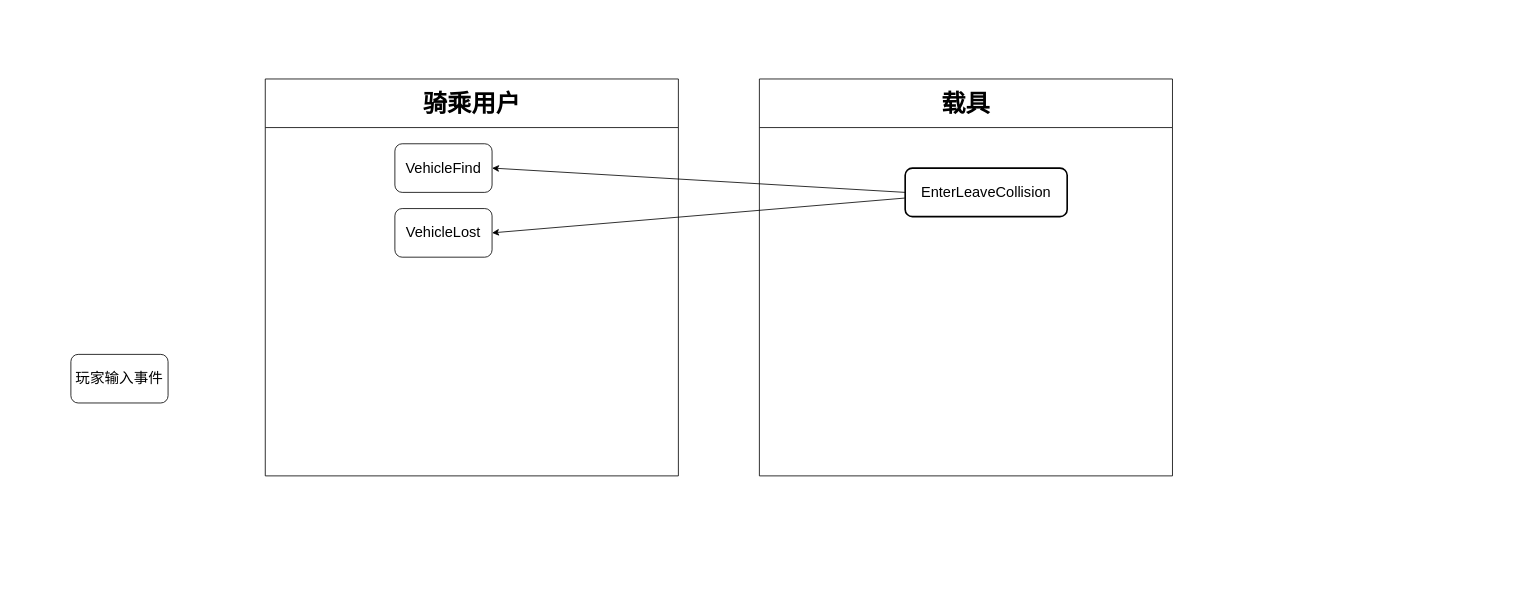
Allusteve/DrawioRepo keeps this draw.io diagram as 载具.drawio. Above is the earlier version. Source tidied: cells renumbered, new cells numbered last; positions are measured from the earlier drawing's top-left corner, leaving out a move shared by most shapes. Both pictures are drawn from the tidied source at 81%, with x=0, y=0 at pixel (70, 79).
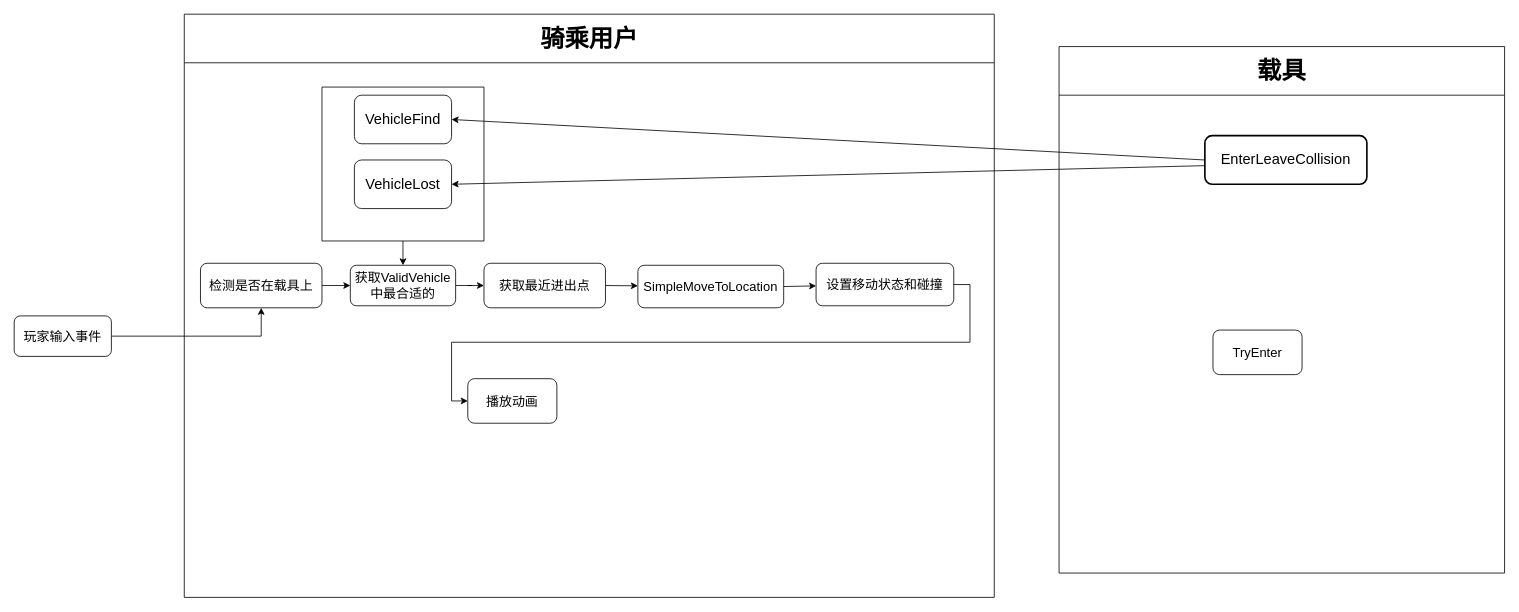
After the change.

What changed in the source:
```diff
@@
+    <mxCell id="10" style="edgeStyle=orthogonalEdgeStyle;rounded=0;jettySize=auto;html=1;exitX=1;exitY=0.5;exitDx=0;exitDy=0;" parent="1" edge="1" source="2" target="13">
+      <mxGeometry relative="1" as="geometry" />
+    </mxCell>
-    <mxCell id="2" value="&lt;font style=&quot;font-size: 18px;&quot;&gt;玩家输入事件&lt;/font&gt;" style="rounded=1;whiteSpace=wrap;html=1;" parent="1" vertex="1">
-      <mxGeometry y="340" width="120" height="60" as="geometry" />
+    <mxCell id="2" value="&lt;font style=&quot;font-size: 16px;&quot;&gt;玩家输入事件&lt;/font&gt;" style="rounded=1;whiteSpace=wrap;html=1;" parent="1" vertex="1">
+      <mxGeometry x="-70" y="292.5" width="120" height="50" as="geometry" />
     </mxCell>
     <mxCell id="3" value="&lt;font style=&quot;font-size: 30px;&quot;&gt;载具&lt;/font&gt;" style="swimlane;whiteSpace=wrap;html=1;startSize=60;" parent="1" vertex="1">
-      <mxGeometry x="850" width="510" height="490" as="geometry" />
+      <mxGeometry x="1220" y="-40" width="550" height="650" as="geometry" />
     </mxCell>
@@
+    <mxCell id="11" value="&lt;span style=&quot;font-size: 16px;&quot;&gt;TryEnter&lt;/span&gt;" style="rounded=1;whiteSpace=wrap;html=1;" parent="3" vertex="1">
+      <mxGeometry x="190" y="350" width="110" height="55" as="geometry" />
+    </mxCell>
     <mxCell id="5" value="&lt;span style=&quot;font-size: 30px;&quot;&gt;骑乘用户&lt;/span&gt;" style="swimlane;whiteSpace=wrap;html=1;startSize=60;" parent="1" vertex="1">
-      <mxGeometry x="240" width="510" height="490" as="geometry" />
+      <mxGeometry x="140" y="-80" width="1000" height="720" as="geometry" />
     </mxCell>
     <mxCell id="6" value="&lt;span style=&quot;font-size: 18px;&quot;&gt;VehicleLost&lt;/span&gt;" style="rounded=1;whiteSpace=wrap;html=1;" parent="5" vertex="1">
-      <mxGeometry x="160" y="160" width="120" height="60" as="geometry" />
+      <mxGeometry x="210" y="180" width="120" height="60" as="geometry" />
     </mxCell>
     <mxCell id="7" value="&lt;span style=&quot;font-size: 18px;&quot;&gt;VehicleFind&lt;/span&gt;" style="rounded=1;whiteSpace=wrap;html=1;" parent="5" vertex="1">
-      <mxGeometry x="160" y="80" width="120" height="60" as="geometry" />
+      <mxGeometry x="210" y="100" width="120" height="60" as="geometry" />
     </mxCell>
+    <mxCell id="12" style="edgeStyle=orthogonalEdgeStyle;rounded=0;jettySize=auto;html=1;exitX=1;exitY=0.5;exitDx=0;exitDy=0;entryX=0;entryY=0.5;entryDx=0;entryDy=0;" parent="5" edge="1" source="13" target="15">
+      <mxGeometry relative="1" as="geometry" />
+    </mxCell>
+    <mxCell id="13" value="&lt;font style=&quot;font-size: 16px;&quot;&gt;检测是否在载具上&lt;/font&gt;" style="rounded=1;whiteSpace=wrap;html=1;" parent="5" vertex="1">
+      <mxGeometry x="20" y="307.5" width="150" height="55" as="geometry" />
+    </mxCell>
+    <mxCell id="14" style="edgeStyle=orthogonalEdgeStyle;rounded=0;jettySize=auto;html=1;exitX=1;exitY=0.5;exitDx=0;exitDy=0;" parent="5" edge="1" source="15" target="19">
+      <mxGeometry relative="1" as="geometry" />
+    </mxCell>
+    <mxCell id="15" value="&lt;span style=&quot;font-size: 16px;&quot;&gt;获取ValidVehicle中最合适的&lt;/span&gt;" style="rounded=1;whiteSpace=wrap;html=1;" parent="5" vertex="1">
+      <mxGeometry x="205" y="310" width="130" height="50" as="geometry" />
+    </mxCell>
+    <mxCell id="16" style="rounded=0;jettySize=auto;html=1;exitX=0.5;exitY=1;exitDx=0;exitDy=0;entryX=0.5;entryY=0;entryDx=0;entryDy=0;" parent="5" edge="1" source="17" target="15">
+      <mxGeometry relative="1" as="geometry" />
+    </mxCell>
+    <mxCell id="17" style="swimlane;startSize=0;" parent="5" vertex="1">
+      <mxGeometry x="170" y="90" width="200" height="190" as="geometry" />
+    </mxCell>
+    <mxCell id="18" style="rounded=0;jettySize=auto;html=1;exitX=1;exitY=0.5;exitDx=0;exitDy=0;" parent="5" edge="1" source="19" target="20">
+      <mxGeometry relative="1" as="geometry" />
+    </mxCell>
+    <mxCell id="19" value="&lt;span style=&quot;font-size: 16px;&quot;&gt;获取最近进出点&lt;/span&gt;" style="rounded=1;whiteSpace=wrap;html=1;" parent="5" vertex="1">
+      <mxGeometry x="370" y="307.5" width="150" height="55" as="geometry" />
+    </mxCell>
+    <mxCell id="20" value="&lt;span style=&quot;font-size: 16px;&quot;&gt;SimpleMoveToLocation&lt;/span&gt;" style="rounded=1;whiteSpace=wrap;html=1;" parent="5" vertex="1">
+      <mxGeometry x="560" y="310" width="180" height="52.5" as="geometry" />
+    </mxCell>
+    <mxCell id="21" value="&lt;span style=&quot;font-size: 16px;&quot;&gt;播放动画&lt;/span&gt;" style="rounded=1;whiteSpace=wrap;html=1;" parent="5" vertex="1">
+      <mxGeometry x="350" y="450" width="110" height="55" as="geometry" />
+    </mxCell>
+    <mxCell id="22" value="&lt;span style=&quot;font-size: 16px;&quot;&gt;设置移动状态和碰撞&lt;/span&gt;" style="rounded=1;whiteSpace=wrap;html=1;" parent="5" vertex="1">
+      <mxGeometry x="780" y="307.5" width="170" height="52.5" as="geometry" />
+    </mxCell>
+    <mxCell id="23" style="rounded=0;jettySize=auto;html=1;exitX=1;exitY=0.5;exitDx=0;exitDy=0;" parent="5" edge="1" source="20" target="22">
+      <mxGeometry relative="1" as="geometry" />
+    </mxCell>
+    <mxCell id="24" style="edgeStyle=orthogonalEdgeStyle;rounded=0;jettySize=auto;html=1;exitX=1;exitY=0.5;exitDx=0;exitDy=0;entryX=0;entryY=0.5;entryDx=0;entryDy=0;" parent="5" edge="1" source="22" target="21">
+      <mxGeometry relative="1" as="geometry" />
+    </mxCell>
```
